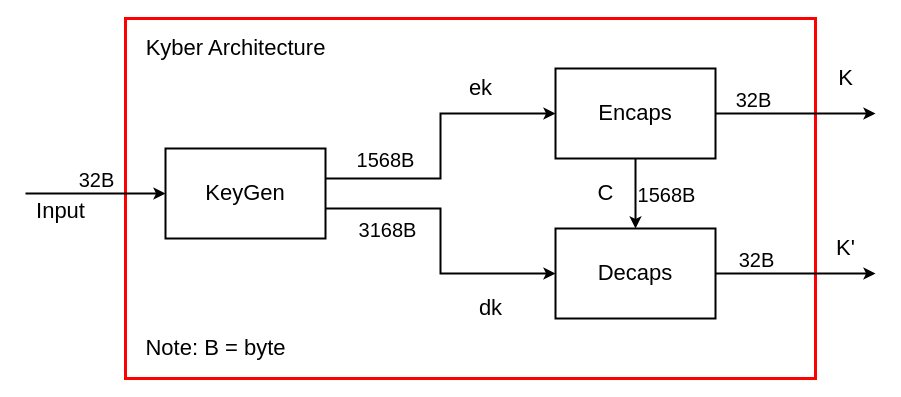
This is page "Overview" (1 of 3) of docs/design/KyberV.drawio from Winxkin/KyberV, a draw.io file, before an edit. Source tidied: cells renumbered, new cells numbered last; positions are measured from the earlier drawing's top-left corner, leaving out a move shared by most shapes. Both pictures are drawn from the tidied source at 100%, with x=0, y=0 at pixel (25, 18).
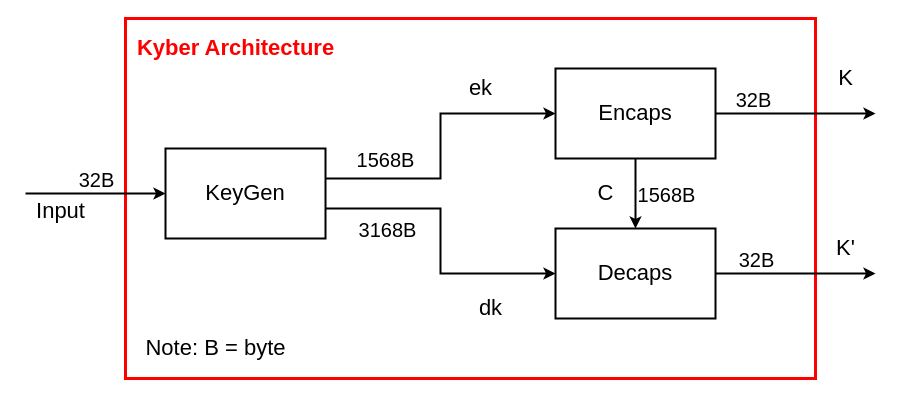
Above is the later version.

Diff of the diagram source:
```diff
@@
-    <mxCell id="25" value="&lt;font style=&quot;font-size: 22px;&quot;&gt;Kyber Architecture&lt;/font&gt;" style="text;html=1;align=center;verticalAlign=middle;strokeColor=none;fillColor=none;" parent="1" vertex="1">
-      <mxGeometry x="110" y="10" width="200" height="40" as="geometry" />
+    <mxCell id="25" value="&lt;font color=&quot;#ff0000&quot; style=&quot;font-size: 22px;&quot;&gt;&lt;b&gt;Kyber Architecture&lt;/b&gt;&lt;/font&gt;" style="text;html=1;align=center;verticalAlign=middle;strokeColor=none;fillColor=none;" parent="1" vertex="1">
+      <mxGeometry x="100" y="10" width="220" height="40" as="geometry" />
     </mxCell>
```
